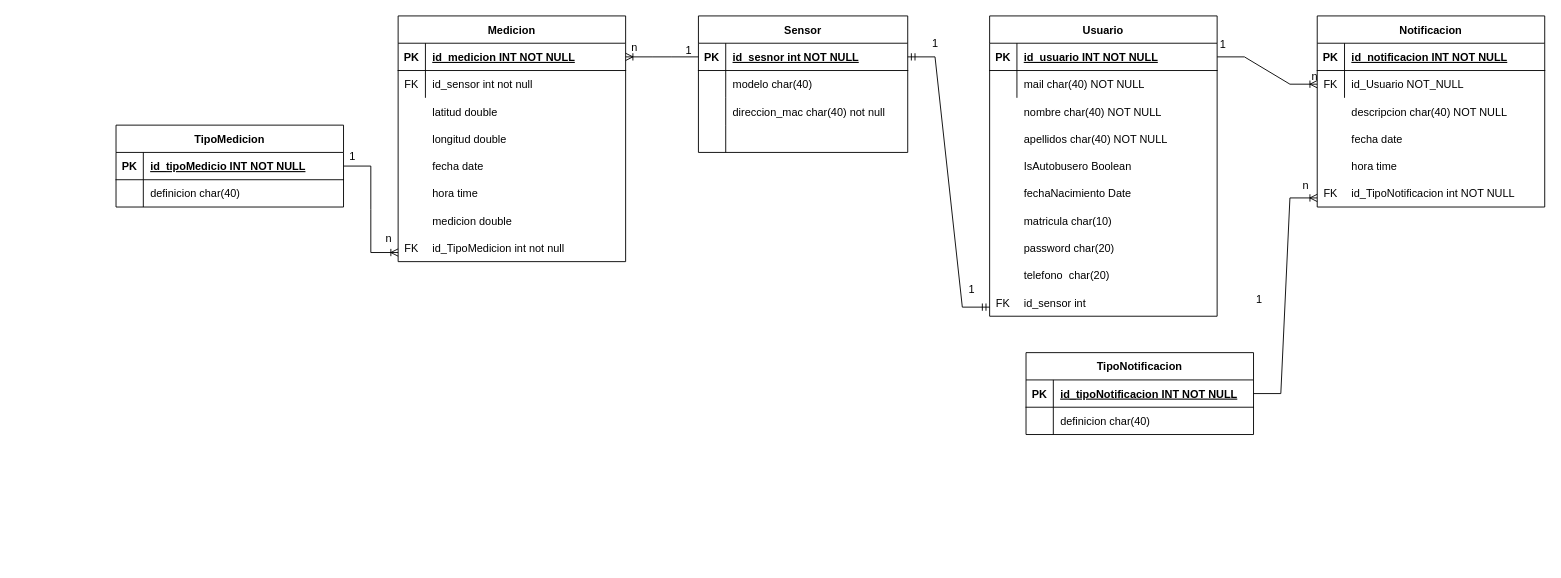
The draw.io diagram doc/Diseño/DiseñoBD.drawio in 3-GTI-ProyectoMedioAmbiente/BackEndRest, before the edit. Source tidied: cells renumbered, new cells numbered last; positions are measured from the earlier drawing's top-left corner, leaving out a move shared by most shapes. Both pictures are drawn from the tidied source at 91%, with x=0, y=0 at pixel (116, 15).
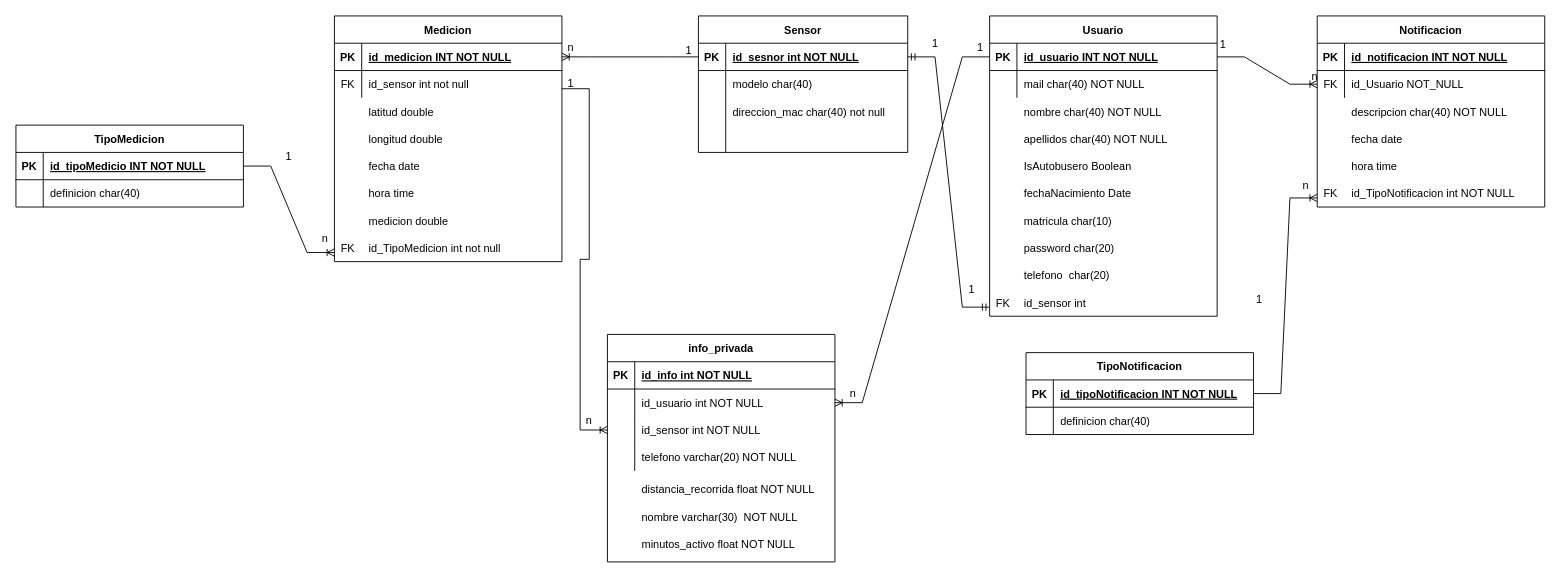
The same diagram, later.

Commit message:
Diseño bd actualizado

The change refers to these unchanged cells:
```xml
<mxCell id="23" style="shape=partialRectangle;fillColor=none;points=[[0,0.5],[1,0.5]];portConstraint=eastwest;top=0;left=0;right=0;bottom=1;" parent="22" vertex="1">
  <mxGeometry y="30" width="250" height="30" as="geometry" />
</mxCell>
<mxCell id="44" style="shape=partialRectangle;fillColor=none;points=[[0,0.5],[1,0.5]];portConstraint=eastwest;top=0;left=0;right=0;bottom=1;" parent="43" vertex="1">
  <mxGeometry y="30" width="250" height="30" as="geometry" />
</mxCell>
```

What changed in the source:
```diff
@@
     <mxCell id="15" value="Medicion" style="shape=table;startSize=30;childLayout=tableLayout;rowLines=0;fontStyle=1;align=center;" parent="1" vertex="1">
-      <mxGeometry x="310" width="250" height="270" as="geometry" />
+      <mxGeometry x="240" width="250" height="270" as="geometry" />
     </mxCell>
@@
     <mxCell id="35" value="latitud double" style="shape=partialRectangle;overflow=hidden;fillColor=none;top=0;left=0;bottom=0;right=0;align=left;spacingLeft=6;" parent="1" vertex="1">
-      <mxGeometry x="340" y="90" width="220" height="30" as="geometry" />
+      <mxGeometry x="270" y="90" width="220" height="30" as="geometry" />
     </mxCell>
     <mxCell id="36" value="longitud double" style="shape=partialRectangle;overflow=hidden;fillColor=none;top=0;left=0;bottom=0;right=0;align=left;spacingLeft=6;" parent="1" vertex="1">
-      <mxGeometry x="340" y="120" width="220" height="30" as="geometry" />
+      <mxGeometry x="270" y="120" width="220" height="30" as="geometry" />
     </mxCell>
     <mxCell id="37" value="fecha date" style="shape=partialRectangle;overflow=hidden;fillColor=none;top=0;left=0;bottom=0;right=0;align=left;spacingLeft=6;" parent="1" vertex="1">
-      <mxGeometry x="340" y="150" width="220" height="30" as="geometry" />
+      <mxGeometry x="270" y="150" width="220" height="30" as="geometry" />
     </mxCell>
     <mxCell id="38" value="hora time" style="shape=partialRectangle;overflow=hidden;fillColor=none;top=0;left=0;bottom=0;right=0;align=left;spacingLeft=6;" parent="1" vertex="1">
-      <mxGeometry x="340" y="180" width="220" height="30" as="geometry" />
+      <mxGeometry x="270" y="180" width="220" height="30" as="geometry" />
     </mxCell>
     <mxCell id="39" value="medicion double" style="shape=partialRectangle;overflow=hidden;fillColor=none;top=0;left=0;bottom=0;right=0;align=left;spacingLeft=6;" parent="1" vertex="1">
-      <mxGeometry x="340" y="210" width="220" height="30" as="geometry" />
+      <mxGeometry x="270" y="210" width="220" height="30" as="geometry" />
     </mxCell>
     <mxCell id="40" value="id_TipoMedicion int not null" style="shape=partialRectangle;overflow=hidden;fillColor=none;top=0;left=0;bottom=0;right=0;align=left;spacingLeft=6;" parent="1" vertex="1">
-      <mxGeometry x="340" y="240" width="220" height="30" as="geometry" />
+      <mxGeometry x="270" y="240" width="220" height="30" as="geometry" />
     </mxCell>
     <mxCell id="41" value="1" style="text;html=1;strokeColor=none;fillColor=none;align=center;verticalAlign=middle;whiteSpace=wrap;rounded=0;" parent="1" vertex="1">
-      <mxGeometry x="250" y="150" width="20" height="10" as="geometry" />
+      <mxGeometry x="180" y="150" width="20" height="10" as="geometry" />
     </mxCell>
     <mxCell id="42" value="n" style="text;html=1;strokeColor=none;fillColor=none;align=center;verticalAlign=middle;whiteSpace=wrap;rounded=0;" parent="1" vertex="1">
-      <mxGeometry x="560" y="30" width="20" height="10" as="geometry" />
+      <mxGeometry x="490" y="30" width="20" height="10" as="geometry" />
     </mxCell>
     <mxCell id="43" value="TipoMedicion" style="shape=table;startSize=30;childLayout=tableLayout;rowLines=0;fontStyle=1;align=center;" parent="1" vertex="1">
-      <mxGeometry y="120" width="250" height="90" as="geometry" />
+      <mxGeometry x="-110" y="120" width="250" height="90" as="geometry" />
     </mxCell>
@@
     <mxCell id="50" value="definicion char(40)" style="shape=partialRectangle;overflow=hidden;fillColor=none;top=0;left=0;bottom=0;right=0;align=left;spacingLeft=6;" parent="1" vertex="1">
-      <mxGeometry x="30" y="180" width="220" height="30" as="geometry" />
+      <mxGeometry x="-80" y="180" width="220" height="30" as="geometry" />
     </mxCell>
     <mxCell id="51" value="FK" style="shape=partialRectangle;overflow=hidden;fillColor=none;top=0;left=0;bottom=0;right=0;" parent="1" vertex="1">
-      <mxGeometry x="310" y="240" width="30" height="30" as="geometry" />
+      <mxGeometry x="240" y="240" width="30" height="30" as="geometry" />
     </mxCell>
@@
     <mxCell id="76" style="edgeStyle=entityRelationEdgeStyle;fontSize=12;html=1;endArrow=ERoneToMany;rounded=0;exitX=1;exitY=0.5;exitDx=0;exitDy=0;" parent="1" edge="1" source="44">
       <mxGeometry relative="1" as="geometry">
-        <mxPoint x="310" y="260" as="targetPoint" />
+        <mxPoint x="240" y="260" as="targetPoint" />
       </mxGeometry>
     </mxCell>
@@
     <mxCell id="78" value="n" style="text;html=1;strokeColor=none;fillColor=none;align=center;verticalAlign=middle;whiteSpace=wrap;rounded=0;" parent="1" vertex="1">
-      <mxGeometry x="290" y="240" width="20" height="10" as="geometry" />
+      <mxGeometry x="220" y="240" width="20" height="10" as="geometry" />
     </mxCell>
@@
+    <mxCell id="91" value="info_privada" style="shape=table;startSize=30;childLayout=tableLayout;rowLines=0;fontStyle=1;align=center;" parent="1" vertex="1">
+      <mxGeometry x="540" y="350" width="250" height="250" as="geometry" />
+    </mxCell>
+    <mxCell id="92" style="shape=partialRectangle;fillColor=none;top=0;left=0;right=0;bottom=1;" parent="91" vertex="1">
+      <mxGeometry y="30" width="250" height="30" as="geometry" />
+    </mxCell>
+    <mxCell id="93" value="PK" style="shape=partialRectangle;overflow=hidden;fillColor=none;top=0;left=0;bottom=0;right=0;fontStyle=1;" parent="92" vertex="1">
+      <mxGeometry width="30" height="30" as="geometry" />
+    </mxCell>
+    <mxCell id="94" value="id_info int NOT NULL " style="shape=partialRectangle;overflow=hidden;fillColor=none;top=0;left=0;bottom=0;right=0;align=left;spacingLeft=6;fontStyle=5;" parent="92" vertex="1">
+      <mxGeometry x="30" width="220" height="30" as="geometry" />
+    </mxCell>
+    <mxCell id="95" style="shape=partialRectangle;fillColor=none;points=[[0,0.5],[1,0.5]];portConstraint=eastwest;top=0;left=0;right=0;bottom=0;" parent="91" vertex="1">
+      <mxGeometry y="60" width="250" height="30" as="geometry" />
+    </mxCell>
+    <mxCell id="96" style="shape=partialRectangle;overflow=hidden;fillColor=none;top=0;left=0;bottom=0;right=0;" parent="95" vertex="1">
+      <mxGeometry width="30" height="30" as="geometry" />
+    </mxCell>
+    <mxCell id="97" value="id_usuario int NOT NULL" style="shape=partialRectangle;overflow=hidden;fillColor=none;top=0;left=0;bottom=0;right=0;align=left;spacingLeft=6;" parent="95" vertex="1">
+      <mxGeometry x="30" width="220" height="30" as="geometry" />
+    </mxCell>
+    <mxCell id="98" style="shape=partialRectangle;fillColor=none;points=[[0,0.5],[1,0.5]];portConstraint=eastwest;top=0;left=0;right=0;bottom=0;" parent="91" vertex="1">
+      <mxGeometry y="90" width="250" height="30" as="geometry" />
+    </mxCell>
+    <mxCell id="99" style="shape=partialRectangle;overflow=hidden;fillColor=none;top=0;left=0;bottom=0;right=0;" parent="98" vertex="1">
+      <mxGeometry width="30" height="30" as="geometry" />
+    </mxCell>
+    <mxCell id="100" value="id_sensor int NOT NULL" style="shape=partialRectangle;overflow=hidden;fillColor=none;top=0;left=0;bottom=0;right=0;align=left;spacingLeft=6;" parent="98" vertex="1">
+      <mxGeometry x="30" width="220" height="30" as="geometry" />
+    </mxCell>
+    <mxCell id="101" style="shape=partialRectangle;fillColor=none;top=0;left=0;right=0;bottom=0;" parent="91" vertex="1">
+      <mxGeometry y="120" width="250" height="30" as="geometry" />
+    </mxCell>
+    <mxCell id="102" style="shape=partialRectangle;overflow=hidden;fillColor=none;top=0;left=0;bottom=0;right=0;" parent="101" vertex="1">
+      <mxGeometry width="30" height="30" as="geometry" />
+    </mxCell>
+    <mxCell id="103" style="shape=partialRectangle;overflow=hidden;fillColor=none;top=0;left=0;bottom=0;right=0;align=left;spacingLeft=6;" parent="101" vertex="1">
+      <mxGeometry x="30" width="220" height="30" as="geometry" />
+    </mxCell>
+    <mxCell id="104" value="telefono varchar(20) NOT NULL" style="shape=partialRectangle;overflow=hidden;fillColor=none;top=0;left=0;bottom=0;right=0;align=left;spacingLeft=6;" parent="1" vertex="1">
+      <mxGeometry x="570" y="470" width="200" height="30" as="geometry" />
+    </mxCell>
+    <mxCell id="105" value="distancia_recorrida float NOT NULL" style="shape=partialRectangle;overflow=hidden;fillColor=none;top=0;left=0;bottom=0;right=0;align=left;spacingLeft=6;" parent="1" vertex="1">
+      <mxGeometry x="570" y="505" width="200" height="30" as="geometry" />
+    </mxCell>
+    <mxCell id="106" value="nombre varchar(30)  NOT NULL" style="shape=partialRectangle;overflow=hidden;fillColor=none;top=0;left=0;bottom=0;right=0;align=left;spacingLeft=6;" parent="1" vertex="1">
+      <mxGeometry x="570" y="535" width="200" height="30" as="geometry" />
+    </mxCell>
+    <mxCell id="107" value="minutos_activo float NOT NULL" style="shape=partialRectangle;overflow=hidden;fillColor=none;top=0;left=0;bottom=0;right=0;align=left;spacingLeft=6;" parent="1" vertex="1">
+      <mxGeometry x="570" y="565" width="200" height="30" as="geometry" />
+    </mxCell>
+    <mxCell id="108" style="edgeStyle=entityRelationEdgeStyle;fontSize=12;html=1;endArrow=ERoneToMany;rounded=0;exitX=0;exitY=0.5;exitDx=0;exitDy=0;entryX=1;entryY=0.5;entryDx=0;entryDy=0;" parent="1" edge="1" source="23" target="95">
+      <mxGeometry relative="1" as="geometry" />
+    </mxCell>
+    <mxCell id="109" value="n" style="text;html=1;strokeColor=none;fillColor=none;align=center;verticalAlign=middle;whiteSpace=wrap;rounded=0;" parent="1" vertex="1">
+      <mxGeometry x="800" y="410" width="20" height="10" as="geometry" />
+    </mxCell>
+    <mxCell id="110" value="1" style="text;html=1;strokeColor=none;fillColor=none;align=center;verticalAlign=middle;whiteSpace=wrap;rounded=0;" parent="1" vertex="1">
+      <mxGeometry x="940" y="30" width="20" height="10" as="geometry" />
+    </mxCell>
+    <mxCell id="111" style="edgeStyle=entityRelationEdgeStyle;fontSize=12;html=1;endArrow=ERoneToMany;rounded=0;exitX=1;exitY=0.5;exitDx=0;exitDy=0;entryX=0;entryY=0.5;entryDx=0;entryDy=0;" parent="1" edge="1" target="98">
+      <mxGeometry relative="1" as="geometry">
+        <mxPoint x="490" y="80" as="sourcePoint" />
+      </mxGeometry>
+    </mxCell>
+    <mxCell id="112" value="n" style="text;html=1;strokeColor=none;fillColor=none;align=center;verticalAlign=middle;whiteSpace=wrap;rounded=0;" parent="1" vertex="1">
+      <mxGeometry x="510" y="440" width="20" height="10" as="geometry" />
+    </mxCell>
+    <mxCell id="113" value="1" style="text;html=1;strokeColor=none;fillColor=none;align=center;verticalAlign=middle;whiteSpace=wrap;rounded=0;" parent="1" vertex="1">
+      <mxGeometry x="490" y="70" width="20" height="10" as="geometry" />
+    </mxCell>
```
